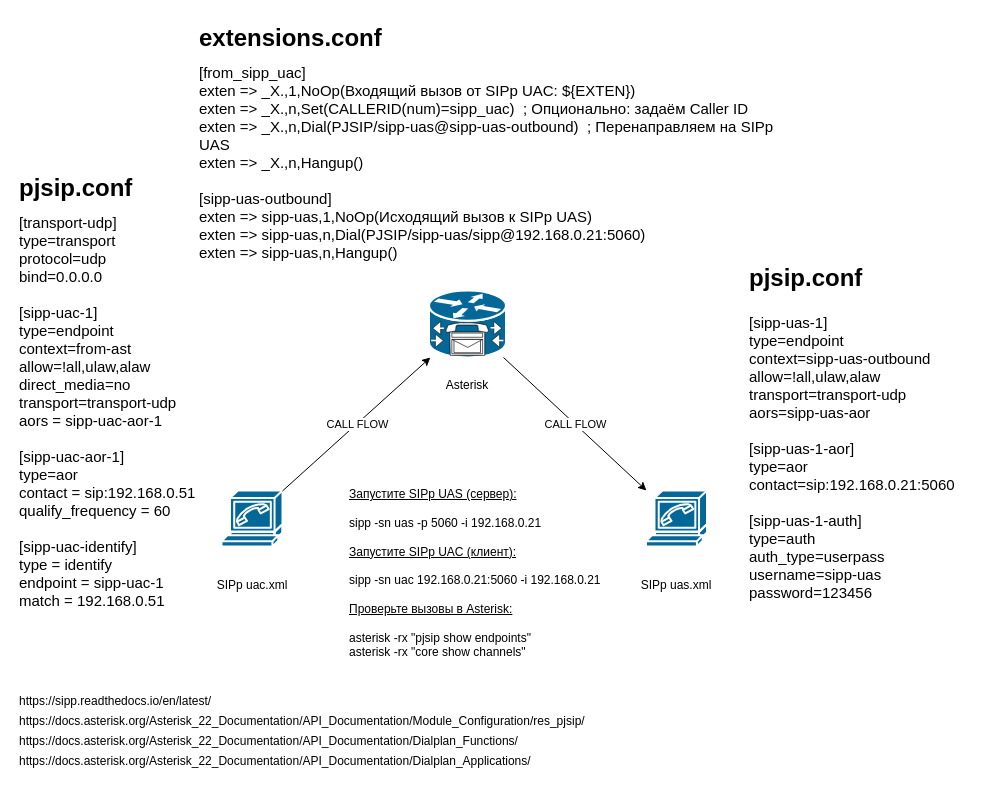
Earlier version of the draw.io diagram LAB1-2xSIPp-1xAsterisk.drawio (sysadminlab/voip). Source tidied: cells renumbered, new cells numbered last; positions are measured from the earlier drawing's top-left corner, leaving out a move shared by most shapes. Both pictures are drawn from the tidied source at 100%, with x=0, y=0 at pixel (17, 17).
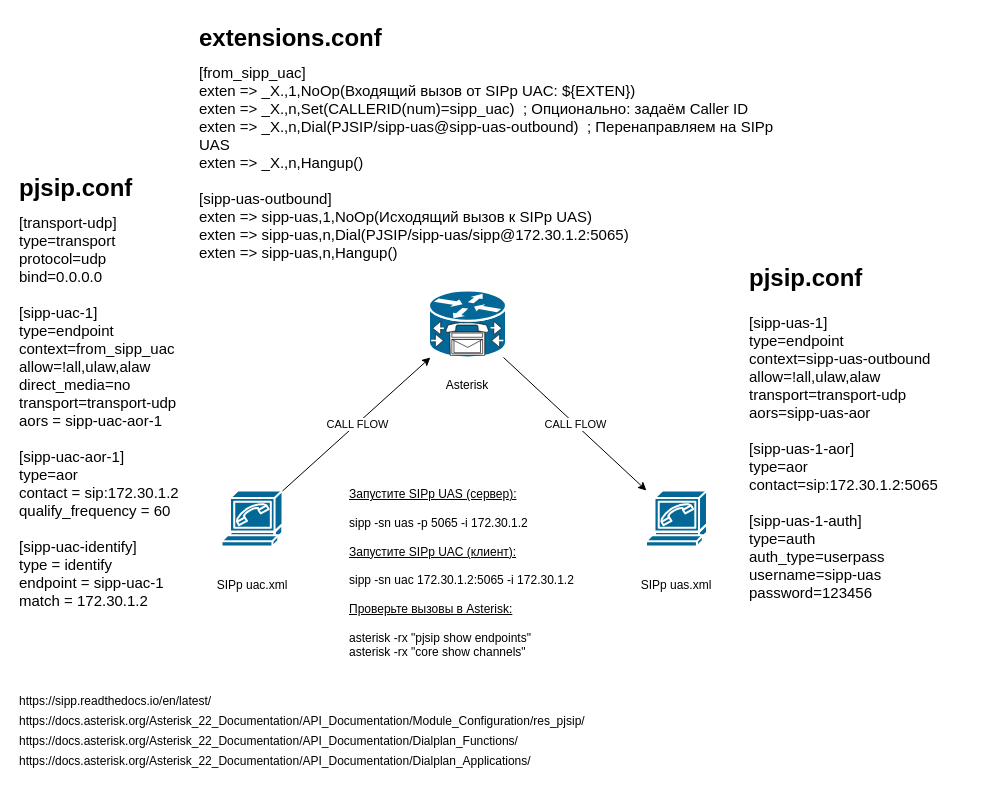
After the change.

Change to the diagram source:
```diff
@@
-    <mxCell id="12" value="[from_sipp_uac]&lt;br&gt;exten =&amp;gt; _X.,1,NoOp(Входящий вызов от SIPp UAC: ${EXTEN})&lt;br&gt;exten =&amp;gt; _X.,n,Set(CALLERID(num)=sipp_uac)&amp;nbsp; ; Опционально: задаём Caller ID&lt;br&gt;exten =&amp;gt; _X.,n,Dial(PJSIP/sipp-uas@sipp-uas-outbound)&amp;nbsp; ; Перенаправляем на SIPp UAS&lt;br&gt;exten =&amp;gt; _X.,n,Hangup()&lt;br&gt;&lt;br&gt;[sipp-uas-outbound]&lt;br&gt;exten =&amp;gt; sipp-uas,1,NoOp(Исходящий вызов к SIPp UAS)&lt;br&gt;exten =&amp;gt; sipp-uas,n,Dial(PJSIP/sipp-uas/sipp@192.168.0.21:5060)&amp;nbsp;&amp;nbsp;&lt;br&gt;exten =&amp;gt; sipp-uas,n,Hangup()&lt;br&gt;&lt;div&gt;&lt;br&gt;&lt;/div&gt;" style="text;html=1;whiteSpace=wrap;overflow=hidden;rounded=0;fontSize=15;" parent="1" vertex="1">
+    <mxCell id="12" value="[from_sipp_uac]&lt;br&gt;exten =&amp;gt; _X.,1,NoOp(Входящий вызов от SIPp UAC: ${EXTEN})&lt;br&gt;exten =&amp;gt; _X.,n,Set(CALLERID(num)=sipp_uac)&amp;nbsp; ; Опционально: задаём Caller ID&lt;br&gt;exten =&amp;gt; _X.,n,Dial(PJSIP/sipp-uas@sipp-uas-outbound)&amp;nbsp; ; Перенаправляем на SIPp UAS&lt;br&gt;exten =&amp;gt; _X.,n,Hangup()&lt;br&gt;&lt;br&gt;[sipp-uas-outbound]&lt;br&gt;exten =&amp;gt; sipp-uas,1,NoOp(Исходящий вызов к SIPp UAS)&lt;br&gt;exten =&amp;gt; sipp-uas,n,Dial(PJSIP/sipp-uas/sipp@172.30.1.2:5065)&amp;nbsp;&amp;nbsp;&lt;br&gt;exten =&amp;gt; sipp-uas,n,Hangup()&lt;br&gt;&lt;div&gt;&lt;br&gt;&lt;/div&gt;" style="text;html=1;whiteSpace=wrap;overflow=hidden;rounded=0;fontSize=15;" parent="1" vertex="1">
       <mxGeometry x="179.5" y="40" width="600.5" height="220" as="geometry" />
     </mxCell>
-    <mxCell id="13" value="&lt;div&gt;[transport-udp]&lt;br&gt;type=transport&lt;br&gt;protocol=udp&lt;br&gt;bind=0.0.0.0&lt;/div&gt;&lt;div&gt;&lt;br&gt;&lt;/div&gt;&lt;div&gt;[sipp-uac-1]&lt;/div&gt;type=endpoint&lt;br&gt;context=from-ast&amp;nbsp;&lt;br&gt;allow=!all,ulaw,alaw&lt;br&gt;direct_media=no&lt;br&gt;transport=transport-udp&lt;br&gt;aors = sipp-uac-aor-1&lt;br&gt;&lt;br&gt;[sipp-uac-aor-1]&lt;br&gt;type=aor&lt;br&gt;contact = sip:192.168.0.51&lt;br&gt;qualify_frequency = 60&lt;br&gt;&lt;br&gt;[sipp-uac-identify]&lt;br&gt;type = identify&lt;br&gt;endpoint = sipp-uac-1&lt;br&gt;match = 192.168.0.51" style="text;html=1;whiteSpace=wrap;overflow=hidden;rounded=0;fontSize=15;" parent="1" vertex="1">
+    <mxCell id="13" value="&lt;div&gt;[transport-udp]&lt;br&gt;type=transport&lt;br&gt;protocol=udp&lt;br&gt;bind=0.0.0.0&lt;/div&gt;&lt;div&gt;&lt;br&gt;&lt;/div&gt;&lt;div&gt;[sipp-uac-1]&lt;/div&gt;type=endpoint&lt;br&gt;context=from_sipp_uac&lt;br&gt;allow=!all,ulaw,alaw&lt;br&gt;direct_media=no&lt;br&gt;transport=transport-udp&lt;br&gt;aors = sipp-uac-aor-1&lt;br&gt;&lt;br&gt;[sipp-uac-aor-1]&lt;br&gt;type=aor&lt;br&gt;contact = sip:172.30.1.2&lt;br&gt;qualify_frequency = 60&lt;br&gt;&lt;br&gt;[sipp-uac-identify]&lt;br&gt;type = identify&lt;br&gt;endpoint = sipp-uac-1&lt;br&gt;match = 172.30.1.2" style="text;html=1;whiteSpace=wrap;overflow=hidden;rounded=0;fontSize=15;" parent="1" vertex="1">
       <mxGeometry y="190" width="200" height="440" as="geometry" />
     </mxCell>
-    <mxCell id="14" value="[sipp-uas-1]&lt;br&gt;type=endpoint&lt;br&gt;context=sipp-uas-outbound&lt;br&gt;allow=!all,ulaw,alaw&lt;br&gt;transport=transport-udp&lt;br&gt;aors=sipp-uas-aor&lt;br&gt;&lt;br&gt;[sipp-uas-1-aor]&lt;br&gt;type=aor&lt;br&gt;contact=sip:192.168.0.21:5060&amp;nbsp;&lt;br&gt;&lt;br&gt;[sipp-uas-1-auth]&lt;br&gt;type=auth&lt;br&gt;auth_type=userpass&lt;br&gt;username=sipp-uas&lt;br&gt;password=123456&amp;nbsp;&amp;nbsp;&lt;div&gt;&lt;br&gt;&lt;/div&gt;" style="text;html=1;whiteSpace=wrap;overflow=hidden;rounded=0;fontSize=15;" parent="1" vertex="1">
+    <mxCell id="14" value="[sipp-uas-1]&lt;br&gt;type=endpoint&lt;br&gt;context=sipp-uas-outbound&lt;br&gt;allow=!all,ulaw,alaw&lt;br&gt;transport=transport-udp&lt;br&gt;aors=sipp-uas-aor&lt;br&gt;&lt;br&gt;[sipp-uas-1-aor]&lt;br&gt;type=aor&lt;br&gt;contact=sip:172.30.1.2:5065&amp;nbsp;&lt;br&gt;&lt;br&gt;[sipp-uas-1-auth]&lt;br&gt;type=auth&lt;br&gt;auth_type=userpass&lt;br&gt;username=sipp-uas&lt;br&gt;password=123456&amp;nbsp;&amp;nbsp;&lt;div&gt;&lt;br&gt;&lt;/div&gt;" style="text;html=1;whiteSpace=wrap;overflow=hidden;rounded=0;fontSize=15;" parent="1" vertex="1">
       <mxGeometry x="730" y="290" width="220" height="327" as="geometry" />
     </mxCell>
-    <mxCell id="15" value="&lt;u&gt;Запустите SIPp UAS (сервер):&lt;/u&gt;&lt;br&gt;&lt;br&gt;sipp -sn uas -p 5060 -i 192.168.0.21&lt;br&gt;&lt;br&gt;&lt;u&gt;Запустите SIPp UAC (клиент):&lt;/u&gt;&lt;br&gt;&lt;br&gt;sipp -sn uac 192.168.0.21:5060 -i 192.168.0.21&lt;br&gt;&lt;br&gt;&lt;u&gt;Проверьте вызовы в Asterisk:&lt;/u&gt;&lt;br&gt;&lt;br&gt;asterisk -rx &quot;pjsip show endpoints&quot;&lt;br&gt;asterisk -rx &quot;core show channels&quot;" style="text;whiteSpace=wrap;html=1;" parent="1" vertex="1">
+    <mxCell id="15" value="&lt;u&gt;Запустите SIPp UAS (сервер):&lt;/u&gt;&lt;br&gt;&lt;br&gt;sipp -sn uas -p 5065 -i 172.30.1.2&lt;br&gt;&lt;br&gt;&lt;u&gt;Запустите SIPp UAC (клиент):&lt;/u&gt;&lt;br&gt;&lt;br&gt;sipp -sn uac 172.30.1.2:5065 -i 172.30.1.2&lt;br&gt;&lt;br&gt;&lt;u&gt;Проверьте вызовы в Asterisk:&lt;/u&gt;&lt;br&gt;&lt;br&gt;asterisk -rx &quot;pjsip show endpoints&quot;&lt;br&gt;asterisk -rx &quot;core show channels&quot;" style="text;whiteSpace=wrap;html=1;" parent="1" vertex="1">
       <mxGeometry x="329.5" y="463" width="270.5" height="210" as="geometry" />
     </mxCell>
@@
     <mxCell id="18" value="&lt;h1 style=&quot;margin-top: 0px;&quot;&gt;extensions.conf&lt;/h1&gt;" style="text;whiteSpace=wrap;html=1;" parent="1" vertex="1">
-      <mxGeometry x="179.5" width="220" height="70" as="geometry" />
+      <mxGeometry x="179.5" width="220" height="40" as="geometry" />
     </mxCell>
```
